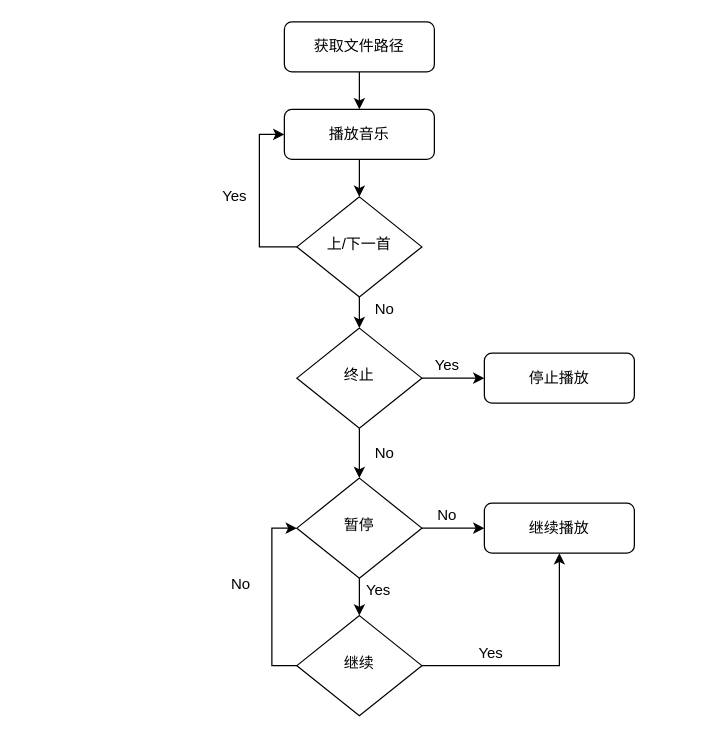
Firefly-m/firefly1053509482 keeps this draw.io diagram as Untitled Diagram.drawio. Above is the earlier version. Source tidied: cells renumbered, new cells numbered last; positions are measured from the earlier drawing's top-left corner, leaving out a move shared by most shapes. Both pictures are drawn from the tidied source at 125%, with x=0, y=0 at pixel (209, 21).
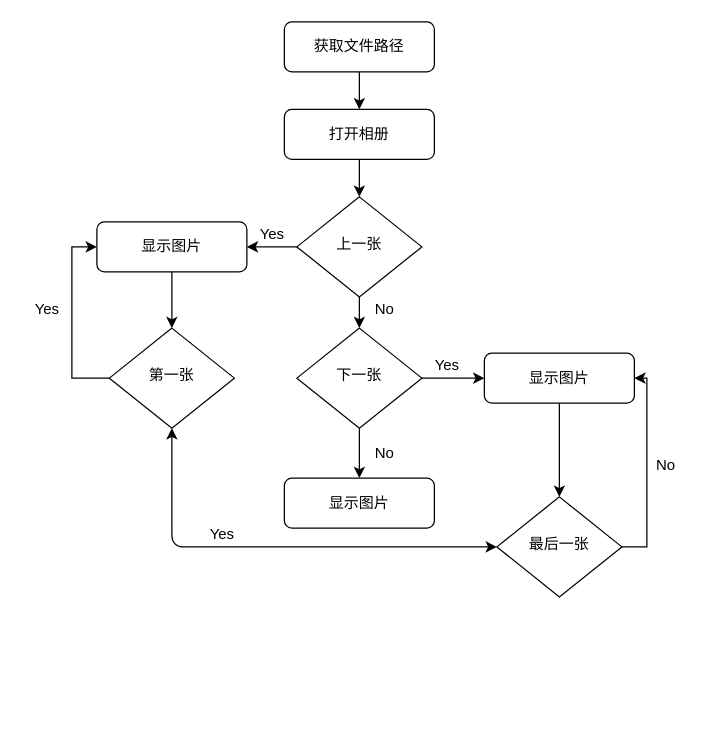
The same page after the edit.

Diff of the diagram source:
```diff
@@
-    <mxCell id="3" value="播放音乐" style="rounded=1;whiteSpace=wrap;html=1;fontSize=12;glass=0;strokeWidth=1;shadow=0;" parent="1" vertex="1">
+    <mxCell id="3" value="打开相册" style="rounded=1;whiteSpace=wrap;html=1;fontSize=12;glass=0;strokeWidth=1;shadow=0;" parent="1" vertex="1">
       <mxGeometry x="60" y="70" width="120" height="40" as="geometry" />
     </mxCell>
@@
-    <mxCell id="5" style="edgeStyle=orthogonalEdgeStyle;rounded=0;jettySize=auto;html=1;exitX=0.5;exitY=1;exitDx=0;exitDy=0;entryX=0.5;entryY=0;entryDx=0;entryDy=0;" parent="1" edge="1" source="6" target="10">
-      <mxGeometry relative="1" as="geometry" />
+    <mxCell id="5" style="edgeStyle=orthogonalEdgeStyle;rounded=0;jettySize=auto;html=1;exitX=0.5;exitY=1;exitDx=0;exitDy=0;entryX=0.5;entryY=0;entryDx=0;entryDy=0;" parent="1" edge="1" source="6">
+      <mxGeometry relative="1" as="geometry">
+        <mxPoint x="120" y="365" as="targetPoint" />
+      </mxGeometry>
     </mxCell>
-    <mxCell id="6" value="终止" style="rhombus;whiteSpace=wrap;html=1;shadow=0;fontFamily=Helvetica;fontSize=12;align=center;strokeWidth=1;spacing=6;spacingTop=-4;" parent="1" vertex="1">
+    <mxCell id="6" value="下一张" style="rhombus;whiteSpace=wrap;html=1;shadow=0;fontFamily=Helvetica;fontSize=12;align=center;strokeWidth=1;spacing=6;spacingTop=-4;" parent="1" vertex="1">
       <mxGeometry x="70" y="245" width="100" height="80" as="geometry" />
     </mxCell>
+    <mxCell id="28" style="edgeStyle=orthogonalEdgeStyle;rounded=0;jettySize=auto;html=1;exitX=0.5;exitY=1;exitDx=0;exitDy=0;entryX=0.5;entryY=0;entryDx=0;entryDy=0;" parent="1" edge="1" source="7" target="34">
+      <mxGeometry relative="1" as="geometry" />
+    </mxCell>
-    <mxCell id="7" value="停止播放" style="rounded=1;whiteSpace=wrap;html=1;fontSize=12;glass=0;strokeWidth=1;shadow=0;" parent="1" vertex="1">
+    <mxCell id="7" value="显示图片" style="rounded=1;whiteSpace=wrap;html=1;fontSize=12;glass=0;strokeWidth=1;shadow=0;" parent="1" vertex="1">
       <mxGeometry x="220" y="265" width="120" height="40" as="geometry" />
     </mxCell>
-    <mxCell id="8" style="edgeStyle=orthogonalEdgeStyle;rounded=0;jettySize=auto;html=1;exitX=1;exitY=0.5;exitDx=0;exitDy=0;entryX=0;entryY=0.5;entryDx=0;entryDy=0;" parent="1" edge="1" source="10" target="11">
-      <mxGeometry relative="1" as="geometry" />
-    </mxCell>
-    <mxCell id="9" style="edgeStyle=orthogonalEdgeStyle;rounded=0;jettySize=auto;html=1;exitX=0.5;exitY=1;exitDx=0;exitDy=0;entryX=0.5;entryY=0;entryDx=0;entryDy=0;" parent="1" edge="1" source="10">
-      <mxGeometry relative="1" as="geometry">
-        <mxPoint x="120" y="475" as="targetPoint" />
-      </mxGeometry>
-    </mxCell>
-    <mxCell id="10" value="暂停" style="rhombus;whiteSpace=wrap;html=1;shadow=0;fontFamily=Helvetica;fontSize=12;align=center;strokeWidth=1;spacing=6;spacingTop=-4;" parent="1" vertex="1">
-      <mxGeometry x="70" y="365" width="100" height="80" as="geometry" />
-    </mxCell>
-    <mxCell id="11" value="继续播放" style="rounded=1;whiteSpace=wrap;html=1;fontSize=12;glass=0;strokeWidth=1;shadow=0;" parent="1" vertex="1">
-      <mxGeometry x="220" y="385" width="120" height="40" as="geometry" />
-    </mxCell>
@@
-    <mxCell id="16" value="Yes" style="text;html=1;align=center;verticalAlign=middle;" parent="1" vertex="1">
-      <mxGeometry x="115" y="445" width="40" height="20" as="geometry" />
-    </mxCell>
-    <mxCell id="17" value="No" style="text;html=1;align=center;verticalAlign=middle;" parent="1" vertex="1">
-      <mxGeometry x="175" y="385" width="30" height="20" as="geometry" />
-    </mxCell>
-    <mxCell id="18" style="edgeStyle=orthogonalEdgeStyle;rounded=0;jettySize=auto;html=1;exitX=0;exitY=0.5;exitDx=0;exitDy=0;entryX=0;entryY=0.5;entryDx=0;entryDy=0;" parent="1" edge="1" source="20" target="10">
-      <mxGeometry relative="1" as="geometry" />
-    </mxCell>
-    <mxCell id="19" style="edgeStyle=orthogonalEdgeStyle;rounded=0;jettySize=auto;html=1;exitX=1;exitY=0.5;exitDx=0;exitDy=0;entryX=0.5;entryY=1;entryDx=0;entryDy=0;" parent="1" edge="1" source="20" target="11">
-      <mxGeometry relative="1" as="geometry" />
-    </mxCell>
-    <mxCell id="20" value="继续" style="rhombus;whiteSpace=wrap;html=1;shadow=0;fontFamily=Helvetica;fontSize=12;align=center;strokeWidth=1;spacing=6;spacingTop=-4;" parent="1" vertex="1">
-      <mxGeometry x="70" y="475" width="100" height="80" as="geometry" />
-    </mxCell>
     <mxCell id="21" value="No" style="text;html=1;align=center;verticalAlign=middle;" parent="1" vertex="1">
-      <mxGeometry x="10" y="440" width="30" height="20" as="geometry" />
+      <mxGeometry x="350" y="345" width="30" height="20" as="geometry" />
     </mxCell>
     <mxCell id="22" value="Yes" style="text;html=1;align=center;verticalAlign=middle;" parent="1" vertex="1">
-      <mxGeometry x="205" y="495" width="40" height="20" as="geometry" />
+      <mxGeometry x="-10" y="400" width="40" height="20" as="geometry" />
     </mxCell>
@@
-    <mxCell id="24" style="edgeStyle=orthogonalEdgeStyle;rounded=0;jettySize=auto;html=1;exitX=0;exitY=0.5;exitDx=0;exitDy=0;entryX=0;entryY=0.5;entryDx=0;entryDy=0;" parent="1" edge="1" source="25" target="3">
+    <mxCell id="24" style="edgeStyle=orthogonalEdgeStyle;rounded=0;jettySize=auto;html=1;exitX=0;exitY=0.5;exitDx=0;exitDy=0;entryX=1;entryY=0.5;entryDx=0;entryDy=0;" parent="1" edge="1" source="25" target="30">
       <mxGeometry relative="1" as="geometry" />
     </mxCell>
-    <mxCell id="25" value="上/下一首" style="rhombus;whiteSpace=wrap;html=1;shadow=0;fontFamily=Helvetica;fontSize=12;align=center;strokeWidth=1;spacing=6;spacingTop=-4;" parent="1" vertex="1">
+    <mxCell id="25" value="上一张" style="rhombus;whiteSpace=wrap;html=1;shadow=0;fontFamily=Helvetica;fontSize=12;align=center;strokeWidth=1;spacing=6;spacingTop=-4;" parent="1" vertex="1">
       <mxGeometry x="70" y="140" width="100" height="80" as="geometry" />
     </mxCell>
@@
     <mxCell id="27" value="Yes" style="text;html=1;align=center;verticalAlign=middle;" parent="1" vertex="1">
-      <mxGeometry y="130" width="40" height="20" as="geometry" />
+      <mxGeometry x="30" y="160" width="40" height="20" as="geometry" />
     </mxCell>
+    <mxCell id="29" style="edgeStyle=orthogonalEdgeStyle;rounded=0;jettySize=auto;html=1;exitX=0.5;exitY=1;exitDx=0;exitDy=0;entryX=0.5;entryY=0;entryDx=0;entryDy=0;" parent="1" edge="1" source="30" target="32">
+      <mxGeometry relative="1" as="geometry" />
+    </mxCell>
+    <mxCell id="30" value="显示图片" style="rounded=1;whiteSpace=wrap;html=1;fontSize=12;glass=0;strokeWidth=1;shadow=0;" parent="1" vertex="1">
+      <mxGeometry x="-90" y="160" width="120" height="40" as="geometry" />
+    </mxCell>
+    <mxCell id="31" style="edgeStyle=orthogonalEdgeStyle;rounded=0;jettySize=auto;html=1;exitX=0;exitY=0.5;exitDx=0;exitDy=0;entryX=0;entryY=0.5;entryDx=0;entryDy=0;" parent="1" edge="1" source="32" target="30">
+      <mxGeometry relative="1" as="geometry" />
+    </mxCell>
+    <mxCell id="32" value="第一张" style="rhombus;whiteSpace=wrap;html=1;shadow=0;fontFamily=Helvetica;fontSize=12;align=center;strokeWidth=1;spacing=6;spacingTop=-4;" parent="1" vertex="1">
+      <mxGeometry x="-80" y="245" width="100" height="80" as="geometry" />
+    </mxCell>
+    <mxCell id="33" style="edgeStyle=orthogonalEdgeStyle;rounded=0;jettySize=auto;html=1;exitX=1;exitY=0.5;exitDx=0;exitDy=0;entryX=1;entryY=0.5;entryDx=0;entryDy=0;" parent="1" edge="1" source="34" target="7">
+      <mxGeometry relative="1" as="geometry" />
+    </mxCell>
+    <mxCell id="34" value="最后一张" style="rhombus;whiteSpace=wrap;html=1;shadow=0;fontFamily=Helvetica;fontSize=12;align=center;strokeWidth=1;spacing=6;spacingTop=-4;" parent="1" vertex="1">
+      <mxGeometry x="230" y="380" width="100" height="80" as="geometry" />
+    </mxCell>
+    <mxCell id="35" value="显示图片" style="rounded=1;whiteSpace=wrap;html=1;fontSize=12;glass=0;strokeWidth=1;shadow=0;" parent="1" vertex="1">
+      <mxGeometry x="60" y="365" width="120" height="40" as="geometry" />
+    </mxCell>
+    <mxCell id="36" style="endArrow=classic;startArrow=classic;html=1;entryX=0;entryY=0.5;entryDx=0;entryDy=0;exitX=0.5;exitY=1;exitDx=0;exitDy=0;" parent="1" edge="1" source="32" target="34">
+      <mxGeometry relative="1" as="geometry">
+        <Array as="points">
+          <mxPoint x="-30" y="420" />
+        </Array>
+      </mxGeometry>
+    </mxCell>
+    <mxCell id="16" value="Yes" style="text;html=1;align=center;verticalAlign=middle;" parent="1" vertex="1">
+      <mxGeometry x="-150" y="220" width="40" height="20" as="geometry" />
+    </mxCell>
```
